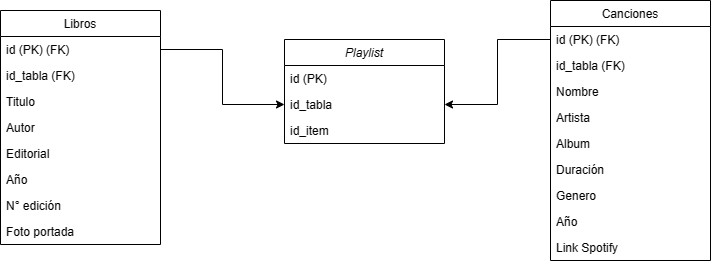
Above: DB.png in FernandoFigueroa14/Back-End-CRUD (draw.io), before the change. Source tidied: cells renumbered, new cells last; positions are measured from the earlier drawing's top-left corner, leaving out a move shared by most shapes. The source it was exported from:
```xml
<mxGraphModel>
  <root>
    <mxCell id="0" />
    <mxCell id="1" parent="0" />
    <mxCell id="2" value="Playlist" style="swimlane;fontStyle=2;align=center;verticalAlign=top;horizontal=1;startSize=26;rounded=0;shadow=0;strokeWidth=1;" parent="1" vertex="1">
      <mxGeometry x="284" y="39" width="160" height="104" as="geometry" />
    </mxCell>
    <mxCell id="3" value="id (PK)" style="text;align=left;verticalAlign=top;spacingLeft=4;spacingRight=4;overflow=hidden;" parent="2" vertex="1">
      <mxGeometry y="26" width="160" height="26" as="geometry" />
    </mxCell>
    <mxCell id="4" value="id_tabla" style="text;align=left;verticalAlign=top;spacingLeft=4;spacingRight=4;overflow=hidden;points=[[0,0.5],[1,0.5]];portConstraint=eastwest;rounded=0;shadow=0;html=0;" parent="2" vertex="1">
      <mxGeometry y="52" width="160" height="26" as="geometry" />
    </mxCell>
    <mxCell id="5" value="id_item" style="text;align=left;verticalAlign=top;spacingLeft=4;spacingRight=4;overflow=hidden;rounded=0;shadow=0;html=0;" parent="2" vertex="1">
      <mxGeometry y="78" width="160" height="26" as="geometry" />
    </mxCell>
    <mxCell id="6" value="Libros" style="swimlane;fontStyle=0;align=center;verticalAlign=top;horizontal=1;startSize=26;rounded=0;shadow=0;strokeWidth=1;" parent="1" vertex="1">
      <mxGeometry y="10" width="160" height="234" as="geometry" />
    </mxCell>
    <mxCell id="7" value="id (PK) (FK)" style="text;align=left;verticalAlign=top;spacingLeft=4;spacingRight=4;overflow=hidden;points=[[0,0.5],[1,0.5]];portConstraint=eastwest;" parent="6" vertex="1">
      <mxGeometry y="26" width="160" height="26" as="geometry" />
    </mxCell>
    <mxCell id="8" value="id_tabla (FK)" style="text;align=left;verticalAlign=top;spacingLeft=4;spacingRight=4;overflow=hidden;" parent="6" vertex="1">
      <mxGeometry y="52" width="160" height="26" as="geometry" />
    </mxCell>
    <mxCell id="9" value="Titulo" style="text;align=left;verticalAlign=top;spacingLeft=4;spacingRight=4;overflow=hidden;rounded=0;shadow=0;html=0;" parent="6" vertex="1">
      <mxGeometry y="78" width="160" height="26" as="geometry" />
    </mxCell>
    <mxCell id="10" value="Autor" style="text;align=left;verticalAlign=top;spacingLeft=4;spacingRight=4;overflow=hidden;rounded=0;shadow=0;html=0;" parent="6" vertex="1">
      <mxGeometry y="104" width="160" height="26" as="geometry" />
    </mxCell>
    <mxCell id="11" value="Editorial" style="text;align=left;verticalAlign=top;spacingLeft=4;spacingRight=4;overflow=hidden;rounded=0;shadow=0;html=0;" parent="6" vertex="1">
      <mxGeometry y="130" width="160" height="26" as="geometry" />
    </mxCell>
    <mxCell id="12" value="Año" style="text;align=left;verticalAlign=top;spacingLeft=4;spacingRight=4;overflow=hidden;rounded=0;shadow=0;html=0;" parent="6" vertex="1">
      <mxGeometry y="156" width="160" height="26" as="geometry" />
    </mxCell>
    <mxCell id="13" value="N° edición " style="text;align=left;verticalAlign=top;spacingLeft=4;spacingRight=4;overflow=hidden;rounded=0;shadow=0;html=0;" parent="6" vertex="1">
      <mxGeometry y="182" width="160" height="26" as="geometry" />
    </mxCell>
    <mxCell id="14" value="Foto portada" style="text;align=left;verticalAlign=top;spacingLeft=4;spacingRight=4;overflow=hidden;rounded=0;shadow=0;html=0;" parent="6" vertex="1">
      <mxGeometry y="208" width="160" height="26" as="geometry" />
    </mxCell>
    <mxCell id="15" value="Canciones" style="swimlane;fontStyle=0;align=center;verticalAlign=top;horizontal=1;startSize=26;rounded=0;shadow=0;strokeWidth=1;" parent="1" vertex="1">
      <mxGeometry x="550" width="160" height="260" as="geometry" />
    </mxCell>
    <mxCell id="16" value="id (PK) (FK)" style="text;align=left;verticalAlign=top;spacingLeft=4;spacingRight=4;overflow=hidden;points=[[0,0.5],[1,0.5]];portConstraint=eastwest;" parent="15" vertex="1">
      <mxGeometry y="26" width="160" height="26" as="geometry" />
    </mxCell>
    <mxCell id="17" value="id_tabla (FK)" style="text;align=left;verticalAlign=top;spacingLeft=4;spacingRight=4;overflow=hidden;" parent="15" vertex="1">
      <mxGeometry y="52" width="160" height="26" as="geometry" />
    </mxCell>
    <mxCell id="18" value="Nombre" style="text;align=left;verticalAlign=top;spacingLeft=4;spacingRight=4;overflow=hidden;rounded=0;shadow=0;html=0;" parent="15" vertex="1">
      <mxGeometry y="78" width="160" height="26" as="geometry" />
    </mxCell>
    <mxCell id="19" value="Artista" style="text;align=left;verticalAlign=top;spacingLeft=4;spacingRight=4;overflow=hidden;rounded=0;shadow=0;html=0;" parent="15" vertex="1">
      <mxGeometry y="104" width="160" height="26" as="geometry" />
    </mxCell>
    <mxCell id="20" value="Album" style="text;align=left;verticalAlign=top;spacingLeft=4;spacingRight=4;overflow=hidden;rounded=0;shadow=0;html=0;" parent="15" vertex="1">
      <mxGeometry y="130" width="160" height="26" as="geometry" />
    </mxCell>
    <mxCell id="21" value="Duración" style="text;align=left;verticalAlign=top;spacingLeft=4;spacingRight=4;overflow=hidden;rounded=0;shadow=0;html=0;" parent="15" vertex="1">
      <mxGeometry y="156" width="160" height="26" as="geometry" />
    </mxCell>
    <mxCell id="22" value="Genero" style="text;align=left;verticalAlign=top;spacingLeft=4;spacingRight=4;overflow=hidden;rounded=0;shadow=0;html=0;" parent="15" vertex="1">
      <mxGeometry y="182" width="160" height="26" as="geometry" />
    </mxCell>
    <mxCell id="23" value="Año" style="text;align=left;verticalAlign=top;spacingLeft=4;spacingRight=4;overflow=hidden;rounded=0;shadow=0;html=0;" parent="15" vertex="1">
      <mxGeometry y="208" width="160" height="26" as="geometry" />
    </mxCell>
    <mxCell id="24" value="Link Spotify" style="text;align=left;verticalAlign=top;spacingLeft=4;spacingRight=4;overflow=hidden;rounded=0;shadow=0;html=0;" parent="15" vertex="1">
      <mxGeometry y="234" width="160" height="26" as="geometry" />
    </mxCell>
    <mxCell id="25" style="edgeStyle=orthogonalEdgeStyle;rounded=0;jettySize=auto;html=1;exitX=0;exitY=0.5;exitDx=0;exitDy=0;entryX=1;entryY=0.5;entryDx=0;entryDy=0;" parent="1" edge="1" source="16" target="4">
      <mxGeometry relative="1" as="geometry" />
    </mxCell>
    <mxCell id="26" style="edgeStyle=orthogonalEdgeStyle;rounded=0;jettySize=auto;html=1;exitX=1;exitY=0.5;exitDx=0;exitDy=0;entryX=0;entryY=0.5;entryDx=0;entryDy=0;" parent="1" edge="1" source="7" target="4">
      <mxGeometry relative="1" as="geometry" />
    </mxCell>
  </root>
</mxGraphModel>
```
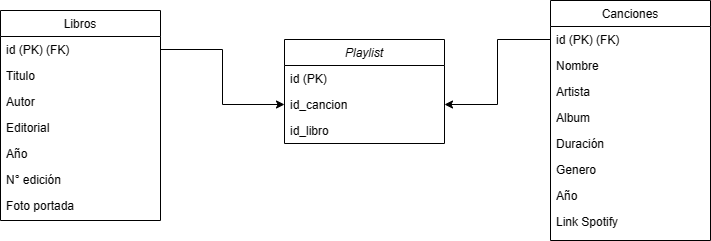
The same file after the commit.

The edit, as a diff of the source:
```diff
@@ -8,68 +8,62 @@
     <mxCell id="3" value="id (PK)" style="text;align=left;verticalAlign=top;spacingLeft=4;spacingRight=4;overflow=hidden;" parent="2" vertex="1">
       <mxGeometry y="26" width="160" height="26" as="geometry" />
     </mxCell>
-    <mxCell id="4" value="id_tabla" style="text;align=left;verticalAlign=top;spacingLeft=4;spacingRight=4;overflow=hidden;points=[[0,0.5],[1,0.5]];portConstraint=eastwest;rounded=0;shadow=0;html=0;" parent="2" vertex="1">
+    <mxCell id="4" value="id_cancion" style="text;align=left;verticalAlign=top;spacingLeft=4;spacingRight=4;overflow=hidden;points=[[0,0.5],[1,0.5]];portConstraint=eastwest;rounded=0;shadow=0;html=0;" parent="2" vertex="1">
       <mxGeometry y="52" width="160" height="26" as="geometry" />
     </mxCell>
-    <mxCell id="5" value="id_item" style="text;align=left;verticalAlign=top;spacingLeft=4;spacingRight=4;overflow=hidden;rounded=0;shadow=0;html=0;" parent="2" vertex="1">
+    <mxCell id="5" value="id_libro" style="text;align=left;verticalAlign=top;spacingLeft=4;spacingRight=4;overflow=hidden;rounded=0;shadow=0;html=0;" parent="2" vertex="1">
       <mxGeometry y="78" width="160" height="26" as="geometry" />
     </mxCell>
     <mxCell id="6" value="Libros" style="swimlane;fontStyle=0;align=center;verticalAlign=top;horizontal=1;startSize=26;rounded=0;shadow=0;strokeWidth=1;" parent="1" vertex="1">
-      <mxGeometry y="10" width="160" height="234" as="geometry" />
+      <mxGeometry y="10" width="160" height="210" as="geometry" />
     </mxCell>
     <mxCell id="7" value="id (PK) (FK)" style="text;align=left;verticalAlign=top;spacingLeft=4;spacingRight=4;overflow=hidden;points=[[0,0.5],[1,0.5]];portConstraint=eastwest;" parent="6" vertex="1">
       <mxGeometry y="26" width="160" height="26" as="geometry" />
     </mxCell>
-    <mxCell id="8" value="id_tabla (FK)" style="text;align=left;verticalAlign=top;spacingLeft=4;spacingRight=4;overflow=hidden;" parent="6" vertex="1">
-      <mxGeometry y="52" width="160" height="26" as="geometry" />
-    </mxCell>
     <mxCell id="9" value="Titulo" style="text;align=left;verticalAlign=top;spacingLeft=4;spacingRight=4;overflow=hidden;rounded=0;shadow=0;html=0;" parent="6" vertex="1">
-      <mxGeometry y="78" width="160" height="26" as="geometry" />
+      <mxGeometry y="52" width="160" height="26" as="geometry" />
     </mxCell>
     <mxCell id="10" value="Autor" style="text;align=left;verticalAlign=top;spacingLeft=4;spacingRight=4;overflow=hidden;rounded=0;shadow=0;html=0;" parent="6" vertex="1">
-      <mxGeometry y="104" width="160" height="26" as="geometry" />
+      <mxGeometry y="78" width="160" height="26" as="geometry" />
     </mxCell>
     <mxCell id="11" value="Editorial" style="text;align=left;verticalAlign=top;spacingLeft=4;spacingRight=4;overflow=hidden;rounded=0;shadow=0;html=0;" parent="6" vertex="1">
-      <mxGeometry y="130" width="160" height="26" as="geometry" />
+      <mxGeometry y="104" width="160" height="26" as="geometry" />
     </mxCell>
     <mxCell id="12" value="Año" style="text;align=left;verticalAlign=top;spacingLeft=4;spacingRight=4;overflow=hidden;rounded=0;shadow=0;html=0;" parent="6" vertex="1">
-      <mxGeometry y="156" width="160" height="26" as="geometry" />
+      <mxGeometry y="130" width="160" height="26" as="geometry" />
     </mxCell>
     <mxCell id="13" value="N° edición " style="text;align=left;verticalAlign=top;spacingLeft=4;spacingRight=4;overflow=hidden;rounded=0;shadow=0;html=0;" parent="6" vertex="1">
-      <mxGeometry y="182" width="160" height="26" as="geometry" />
+      <mxGeometry y="156" width="160" height="26" as="geometry" />
     </mxCell>
     <mxCell id="14" value="Foto portada" style="text;align=left;verticalAlign=top;spacingLeft=4;spacingRight=4;overflow=hidden;rounded=0;shadow=0;html=0;" parent="6" vertex="1">
-      <mxGeometry y="208" width="160" height="26" as="geometry" />
+      <mxGeometry y="182" width="160" height="26" as="geometry" />
     </mxCell>
     <mxCell id="15" value="Canciones" style="swimlane;fontStyle=0;align=center;verticalAlign=top;horizontal=1;startSize=26;rounded=0;shadow=0;strokeWidth=1;" parent="1" vertex="1">
-      <mxGeometry x="550" width="160" height="260" as="geometry" />
+      <mxGeometry x="550" width="160" height="240" as="geometry" />
     </mxCell>
     <mxCell id="16" value="id (PK) (FK)" style="text;align=left;verticalAlign=top;spacingLeft=4;spacingRight=4;overflow=hidden;points=[[0,0.5],[1,0.5]];portConstraint=eastwest;" parent="15" vertex="1">
       <mxGeometry y="26" width="160" height="26" as="geometry" />
     </mxCell>
-    <mxCell id="17" value="id_tabla (FK)" style="text;align=left;verticalAlign=top;spacingLeft=4;spacingRight=4;overflow=hidden;" parent="15" vertex="1">
-      <mxGeometry y="52" width="160" height="26" as="geometry" />
-    </mxCell>
     <mxCell id="18" value="Nombre" style="text;align=left;verticalAlign=top;spacingLeft=4;spacingRight=4;overflow=hidden;rounded=0;shadow=0;html=0;" parent="15" vertex="1">
-      <mxGeometry y="78" width="160" height="26" as="geometry" />
+      <mxGeometry y="52" width="160" height="26" as="geometry" />
     </mxCell>
     <mxCell id="19" value="Artista" style="text;align=left;verticalAlign=top;spacingLeft=4;spacingRight=4;overflow=hidden;rounded=0;shadow=0;html=0;" parent="15" vertex="1">
-      <mxGeometry y="104" width="160" height="26" as="geometry" />
+      <mxGeometry y="78" width="160" height="26" as="geometry" />
     </mxCell>
     <mxCell id="20" value="Album" style="text;align=left;verticalAlign=top;spacingLeft=4;spacingRight=4;overflow=hidden;rounded=0;shadow=0;html=0;" parent="15" vertex="1">
-      <mxGeometry y="130" width="160" height="26" as="geometry" />
+      <mxGeometry y="104" width="160" height="26" as="geometry" />
     </mxCell>
     <mxCell id="21" value="Duración" style="text;align=left;verticalAlign=top;spacingLeft=4;spacingRight=4;overflow=hidden;rounded=0;shadow=0;html=0;" parent="15" vertex="1">
-      <mxGeometry y="156" width="160" height="26" as="geometry" />
+      <mxGeometry y="130" width="160" height="26" as="geometry" />
     </mxCell>
     <mxCell id="22" value="Genero" style="text;align=left;verticalAlign=top;spacingLeft=4;spacingRight=4;overflow=hidden;rounded=0;shadow=0;html=0;" parent="15" vertex="1">
-      <mxGeometry y="182" width="160" height="26" as="geometry" />
+      <mxGeometry y="156" width="160" height="26" as="geometry" />
     </mxCell>
     <mxCell id="23" value="Año" style="text;align=left;verticalAlign=top;spacingLeft=4;spacingRight=4;overflow=hidden;rounded=0;shadow=0;html=0;" parent="15" vertex="1">
-      <mxGeometry y="208" width="160" height="26" as="geometry" />
+      <mxGeometry y="182" width="160" height="26" as="geometry" />
     </mxCell>
     <mxCell id="24" value="Link Spotify" style="text;align=left;verticalAlign=top;spacingLeft=4;spacingRight=4;overflow=hidden;rounded=0;shadow=0;html=0;" parent="15" vertex="1">
-      <mxGeometry y="234" width="160" height="26" as="geometry" />
+      <mxGeometry y="208" width="160" height="26" as="geometry" />
     </mxCell>
     <mxCell id="25" style="edgeStyle=orthogonalEdgeStyle;rounded=0;jettySize=auto;html=1;exitX=0;exitY=0.5;exitDx=0;exitDy=0;entryX=1;entryY=0.5;entryDx=0;entryDy=0;" parent="1" edge="1" source="16" target="4">
       <mxGeometry relative="1" as="geometry" />
```
